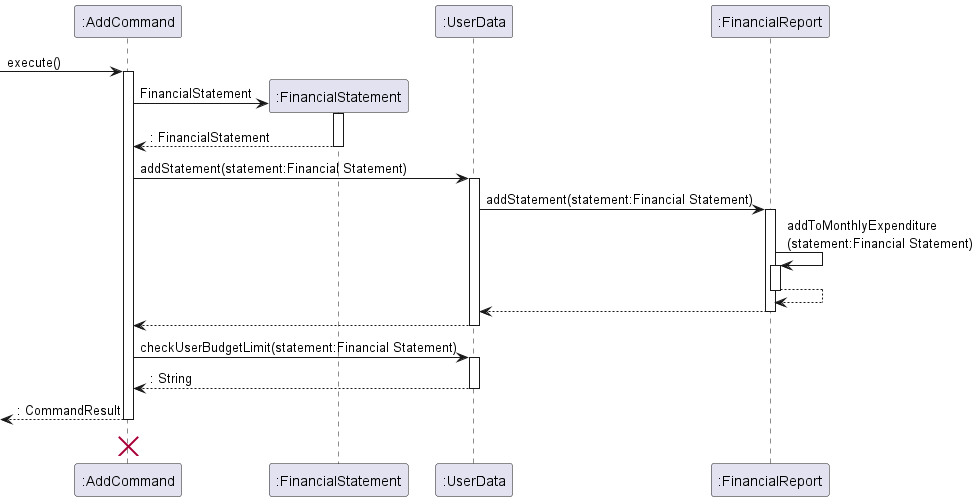
Earlier version of the PlantUML export docs/images/DeveloperGuide/AddCommandSequenceDiagram.png (nus-cs2113-AY2223S2/tp).
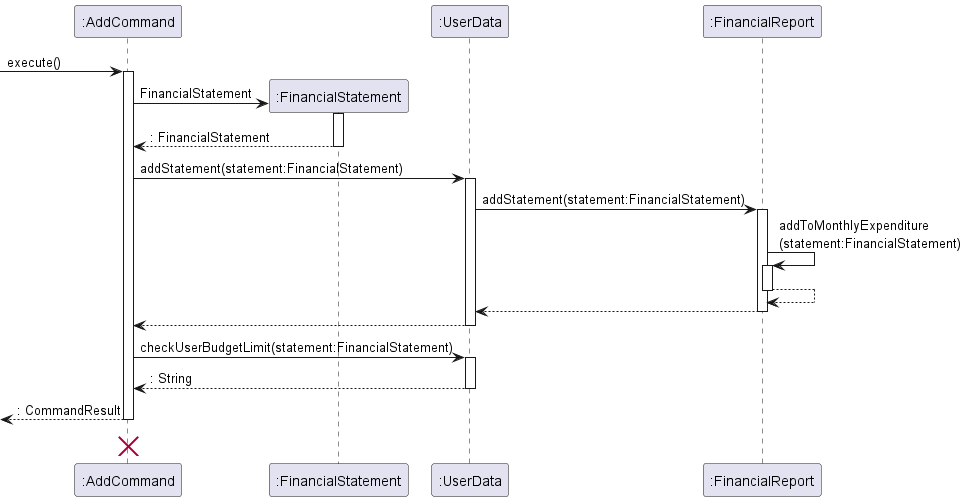
Above is the later version.

What changed in the source:
```diff
@@ -14,13 +14,13 @@
 FinancialStatement --> AddCommand : : FinancialStatement
 deactivate FinancialStatement
 
-AddCommand -> UserData: addStatement(statement:Financial Statement)
+AddCommand -> UserData: addStatement(statement:FinancialStatement)
 activate UserData
 
-UserData -> FinancialReport : addStatement(statement:Financial Statement)
+UserData -> FinancialReport : addStatement(statement:FinancialStatement)
 activate FinancialReport
 
-FinancialReport -> FinancialReport : addToMonthlyExpenditure\n(statement:Financial Statement)
+FinancialReport -> FinancialReport : addToMonthlyExpenditure\n(statement:FinancialStatement)
 activate FinancialReport
 
 FinancialReport --> FinancialReport
@@ -32,7 +32,7 @@
 UserData --> AddCommand
 deactivate UserData
 
-AddCommand -> UserData : checkUserBudgetLimit(statement:Financial Statement)
+AddCommand -> UserData : checkUserBudgetLimit(statement:FinancialStatement)
 activate UserData
 
 UserData --> AddCommand : : String
```
